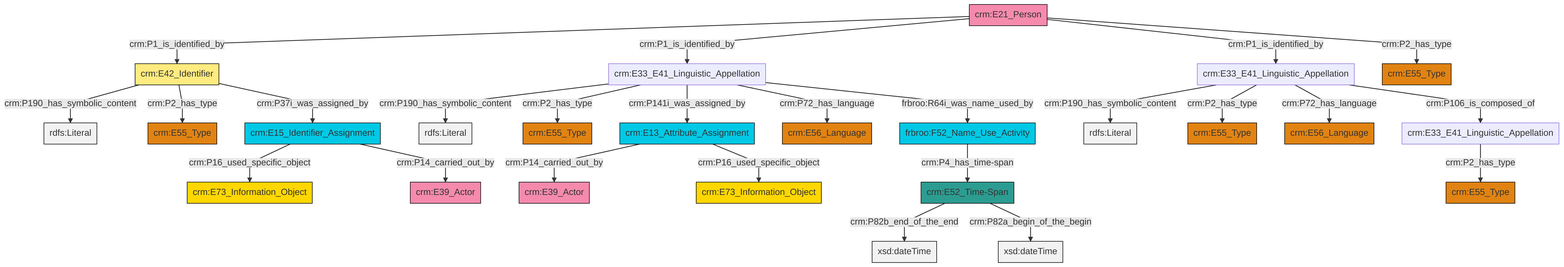
Above: et/personCSV/ttl/mmd/png/Person_Names_and_Classification.png in swiss-art-research-net/docs.swissartresearch (Mermaid), before the change. Its source is kept beside it as et/personCSV/ttl/mmd/Person_Names_and_Classification.ttl.mmd.
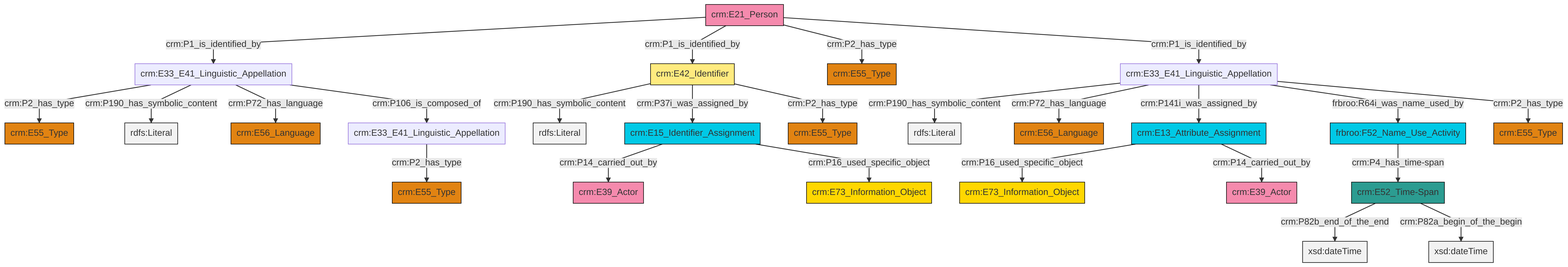
After the change.

Diff of the diagram source:
```diff
@@ -13,27 +13,27 @@
 classDef PC_Classes fill:#4ce600, stroke:#000000;
 classDef Multi fill:#cccccc,stroke:#000000;
 
-4["crm:E42_Identifier"]:::Appellation -->|crm:P190_has_symbolic_content| 5[rdfs:Literal]:::Literal
-6["crm:E13_Attribute_Assignment"]:::Temporal_Entity -->|crm:P14_carried_out_by| 7["crm:E39_Actor"]:::Actor
-12["frbroo:F52_Name_Use_Activity"]:::Temporal_Entity -->|crm:P4_has_time-span| 13["crm:E52_Time-Span"]:::Time-Span
-14["crm:E33_E41_Linguistic_Appellation"]:::Default -->|crm:P190_has_symbolic_content| 15[rdfs:Literal]:::Literal
-18["crm:E21_Person"]:::Actor -->|crm:P1_is_identified_by| 4["crm:E42_Identifier"]:::Appellation
-16["crm:E33_E41_Linguistic_Appellation"]:::Default -->|crm:P190_has_symbolic_content| 19[rdfs:Literal]:::Literal
-14["crm:E33_E41_Linguistic_Appellation"]:::Default -->|crm:P2_has_type| 0["crm:E55_Type"]:::Type
-14["crm:E33_E41_Linguistic_Appellation"]:::Default -->|crm:P72_has_language| 10["crm:E56_Language"]:::Type
-22["crm:E15_Identifier_Assignment"]:::Temporal_Entity -->|crm:P16_used_specific_object| 23["crm:E73_Information_Object"]:::Conceptual_Object
-18["crm:E21_Person"]:::Actor -->|crm:P1_is_identified_by| 16["crm:E33_E41_Linguistic_Appellation"]:::Default
-22["crm:E15_Identifier_Assignment"]:::Temporal_Entity -->|crm:P14_carried_out_by| 25["crm:E39_Actor"]:::Actor
-6["crm:E13_Attribute_Assignment"]:::Temporal_Entity -->|crm:P16_used_specific_object| 27["crm:E73_Information_Object"]:::Conceptual_Object
-4["crm:E42_Identifier"]:::Appellation -->|crm:P2_has_type| 31["crm:E55_Type"]:::Type
-16["crm:E33_E41_Linguistic_Appellation"]:::Default -->|crm:P2_has_type| 32["crm:E55_Type"]:::Type
-20["crm:E33_E41_Linguistic_Appellation"]:::Default -->|crm:P2_has_type| 35["crm:E55_Type"]:::Type
-13["crm:E52_Time-Span"]:::Time-Span -->|crm:P82b_end_of_the_end| 36[xsd:dateTime]:::Literal
-13["crm:E52_Time-Span"]:::Time-Span -->|crm:P82a_begin_of_the_begin| 38[xsd:dateTime]:::Literal
-16["crm:E33_E41_Linguistic_Appellation"]:::Default -->|crm:P141i_was_assigned_by| 6["crm:E13_Attribute_Assignment"]:::Temporal_Entity
-18["crm:E21_Person"]:::Actor -->|crm:P1_is_identified_by| 14["crm:E33_E41_Linguistic_Appellation"]:::Default
-14["crm:E33_E41_Linguistic_Appellation"]:::Default -->|crm:P106_is_composed_of| 20["crm:E33_E41_Linguistic_Appellation"]:::Default
-18["crm:E21_Person"]:::Actor -->|crm:P2_has_type| 2["crm:E55_Type"]:::Type
-16["crm:E33_E41_Linguistic_Appellation"]:::Default -->|crm:P72_has_language| 8["crm:E56_Language"]:::Type
-16["crm:E33_E41_Linguistic_Appellation"]:::Default -->|frbroo:R64i_was_name_used_by| 12["frbroo:F52_Name_Use_Activity"]:::Temporal_Entity
-4["crm:E42_Identifier"]:::Appellation -->|crm:P37i_was_assigned_by| 22["crm:E15_Identifier_Assignment"]:::Temporal_Entity
+0["crm:E42_Identifier"]:::Appellation -->|crm:P190_has_symbolic_content| 1[rdfs:Literal]:::Literal
+6["crm:E52_Time-Span"]:::Time-Span -->|crm:P82b_end_of_the_end| 7[xsd:dateTime]:::Literal
+14["crm:E15_Identifier_Assignment"]:::Temporal_Entity -->|crm:P14_carried_out_by| 15["crm:E39_Actor"]:::Actor
+16["crm:E21_Person"]:::Actor -->|crm:P1_is_identified_by| 17["crm:E33_E41_Linguistic_Appellation"]:::Default
+20["crm:E33_E41_Linguistic_Appellation"]:::Default -->|crm:P190_has_symbolic_content| 21[rdfs:Literal]:::Literal
+12["frbroo:F52_Name_Use_Activity"]:::Temporal_Entity -->|crm:P4_has_time-span| 6["crm:E52_Time-Span"]:::Time-Span
+16["crm:E21_Person"]:::Actor -->|crm:P1_is_identified_by| 0["crm:E42_Identifier"]:::Appellation
+0["crm:E42_Identifier"]:::Appellation -->|crm:P37i_was_assigned_by| 14["crm:E15_Identifier_Assignment"]:::Temporal_Entity
+20["crm:E33_E41_Linguistic_Appellation"]:::Default -->|crm:P72_has_language| 23["crm:E56_Language"]:::Type
+8["crm:E33_E41_Linguistic_Appellation"]:::Default -->|crm:P2_has_type| 26["crm:E55_Type"]:::Type
+20["crm:E33_E41_Linguistic_Appellation"]:::Default -->|crm:P141i_was_assigned_by| 10["crm:E13_Attribute_Assignment"]:::Temporal_Entity
+14["crm:E15_Identifier_Assignment"]:::Temporal_Entity -->|crm:P16_used_specific_object| 28["crm:E73_Information_Object"]:::Conceptual_Object
+0["crm:E42_Identifier"]:::Appellation -->|crm:P2_has_type| 24["crm:E55_Type"]:::Type
+16["crm:E21_Person"]:::Actor -->|crm:P2_has_type| 30["crm:E55_Type"]:::Type
+20["crm:E33_E41_Linguistic_Appellation"]:::Default -->|frbroo:R64i_was_name_used_by| 12["frbroo:F52_Name_Use_Activity"]:::Temporal_Entity
+17["crm:E33_E41_Linguistic_Appellation"]:::Default -->|crm:P2_has_type| 18["crm:E55_Type"]:::Type
+20["crm:E33_E41_Linguistic_Appellation"]:::Default -->|crm:P2_has_type| 2["crm:E55_Type"]:::Type
+17["crm:E33_E41_Linguistic_Appellation"]:::Default -->|crm:P190_has_symbolic_content| 32[rdfs:Literal]:::Literal
+10["crm:E13_Attribute_Assignment"]:::Temporal_Entity -->|crm:P16_used_specific_object| 34["crm:E73_Information_Object"]:::Conceptual_Object
+6["crm:E52_Time-Span"]:::Time-Span -->|crm:P82a_begin_of_the_begin| 37[xsd:dateTime]:::Literal
+17["crm:E33_E41_Linguistic_Appellation"]:::Default -->|crm:P72_has_language| 4["crm:E56_Language"]:::Type
+17["crm:E33_E41_Linguistic_Appellation"]:::Default -->|crm:P106_is_composed_of| 8["crm:E33_E41_Linguistic_Appellation"]:::Default
+16["crm:E21_Person"]:::Actor -->|crm:P1_is_identified_by| 20["crm:E33_E41_Linguistic_Appellation"]:::Default
+10["crm:E13_Attribute_Assignment"]:::Temporal_Entity -->|crm:P14_carried_out_by| 41["crm:E39_Actor"]:::Actor
```
